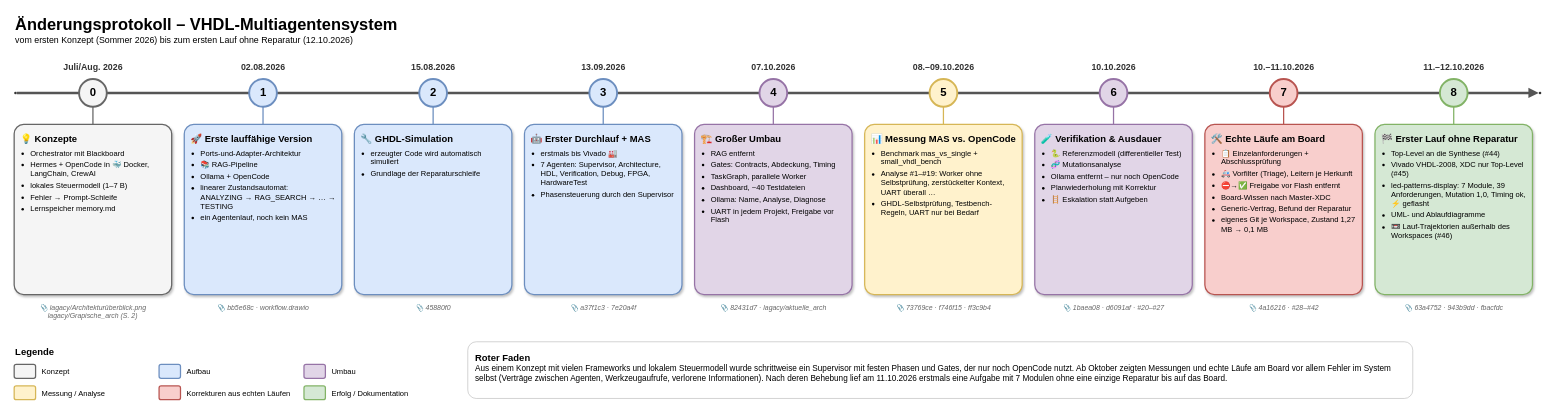
Above: page "1 Zeitleiste" (1 of 2) of docs/architecture/AENDERUNGSPROTOKOLL.drawio in Christian-Alexander141/vhdl-agent (draw.io), before the change. Source tidied: cells renumbered, new cells numbered last; positions are measured from the earlier drawing's top-left corner, leaving out a move shared by most shapes. Both pictures are drawn from the tidied source at 63%, with x=0, y=0 at pixel (14, 11).
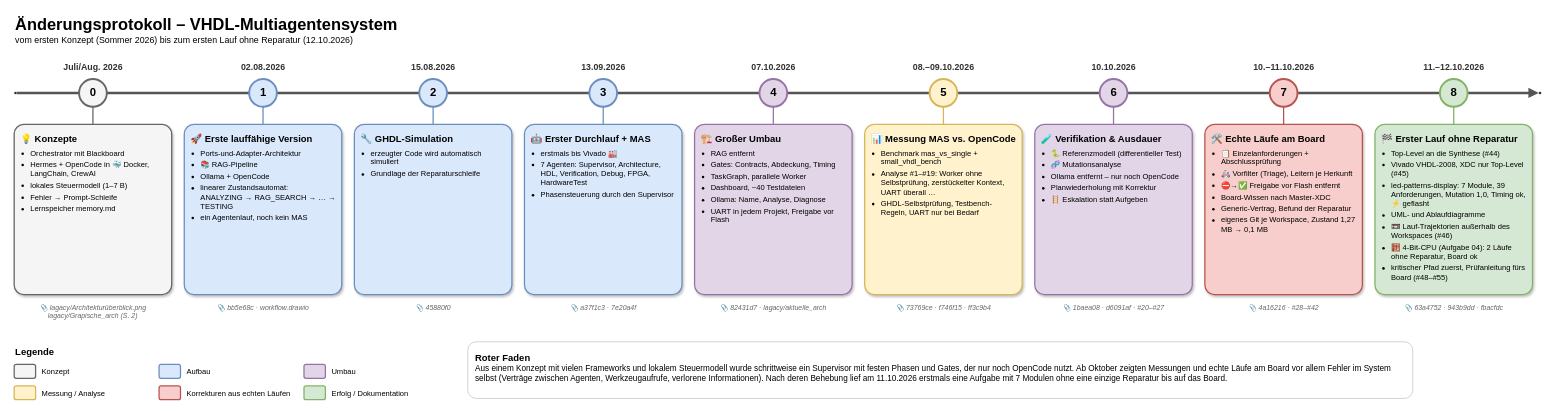
The same page after the edit.

Change to the diagram source:
```diff
@@
-    <mxCell id="48" value="&lt;div style='font-size:15px;font-weight:bold;margin-bottom:6px'&gt;🏁 Erster Lauf ohne Reparatur&lt;/div&gt;&lt;ul style='margin:0;padding-left:16px;text-align:left'&gt;&lt;li style='margin-bottom:4px'&gt;Top-Level an die Synthese (#44)&lt;/li&gt;&lt;li style='margin-bottom:4px'&gt;Vivado VHDL-2008, XDC nur Top-Level (#45)&lt;/li&gt;&lt;li style='margin-bottom:4px'&gt;led-patterns-display: 7 Module, 39 Anforderungen, Mutation 1,0, Timing ok, ⚡ geflasht&lt;/li&gt;&lt;li style='margin-bottom:4px'&gt;UML- und Ablaufdiagramme&lt;/li&gt;&lt;li style='margin-bottom:4px'&gt;📼 Lauf-Trajektorien außerhalb des Workspaces (#46)&lt;/li&gt;&lt;/ul&gt;" style="rounded=1;arcSize=6;html=1;whiteSpace=wrap;align=left;verticalAlign=top;spacing=10;fillColor=#d5e8d4;strokeColor=#82b366;strokeWidth=2;shadow=1;fontSize=12;" parent="1" vertex="1">
+    <mxCell id="48" value="&lt;div style='font-size:15px;font-weight:bold;margin-bottom:6px'&gt;🏁 Erster Lauf ohne Reparatur&lt;/div&gt;&lt;ul style='margin:0;padding-left:16px;text-align:left'&gt;&lt;li style='margin-bottom:4px'&gt;Top-Level an die Synthese (#44)&lt;/li&gt;&lt;li style='margin-bottom:4px'&gt;Vivado VHDL-2008, XDC nur Top-Level (#45)&lt;/li&gt;&lt;li style='margin-bottom:4px'&gt;led-patterns-display: 7 Module, 39 Anforderungen, Mutation 1,0, Timing ok, ⚡ geflasht&lt;/li&gt;&lt;li style='margin-bottom:4px'&gt;UML- und Ablaufdiagramme&lt;/li&gt;&lt;li style='margin-bottom:4px'&gt;📼 Lauf-Trajektorien außerhalb des Workspaces (#46)&lt;/li&gt;&lt;li style='margin-bottom:4px'&gt;🧮 4-Bit-CPU (Aufgabe 04): 2 Läufe ohne Reparatur, Board ok&lt;/li&gt;&lt;li style='margin-bottom:4px'&gt;kritischer Pfad zuerst, Prüfanleitung fürs Board (#48–#55)&lt;/li&gt;&lt;/ul&gt;" style="rounded=1;arcSize=6;html=1;whiteSpace=wrap;align=left;verticalAlign=top;spacing=10;fillColor=#d5e8d4;strokeColor=#82b366;strokeWidth=2;shadow=1;fontSize=12;" parent="1" vertex="1">
       <mxGeometry x="2160" y="180" width="250" height="270" as="geometry" />
     </mxCell>
```
